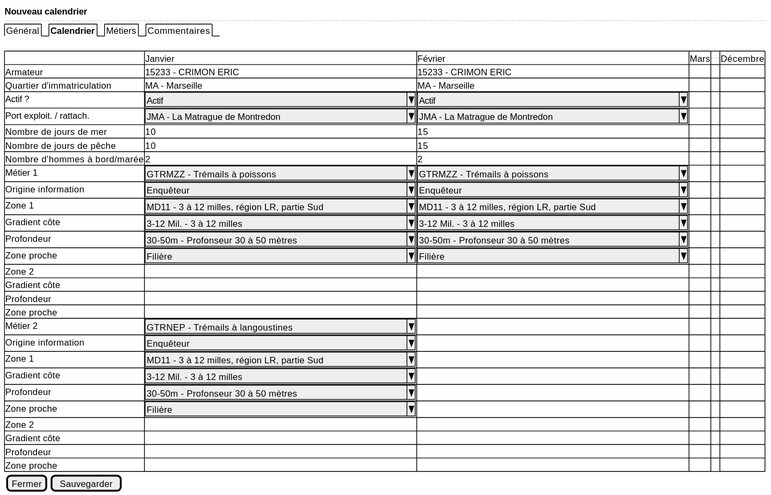
Above: projects/activity-calendar/spe/images/activity-calendar-new.svg in sumaris-net/sumaris-doc (PlantUML), before the change.
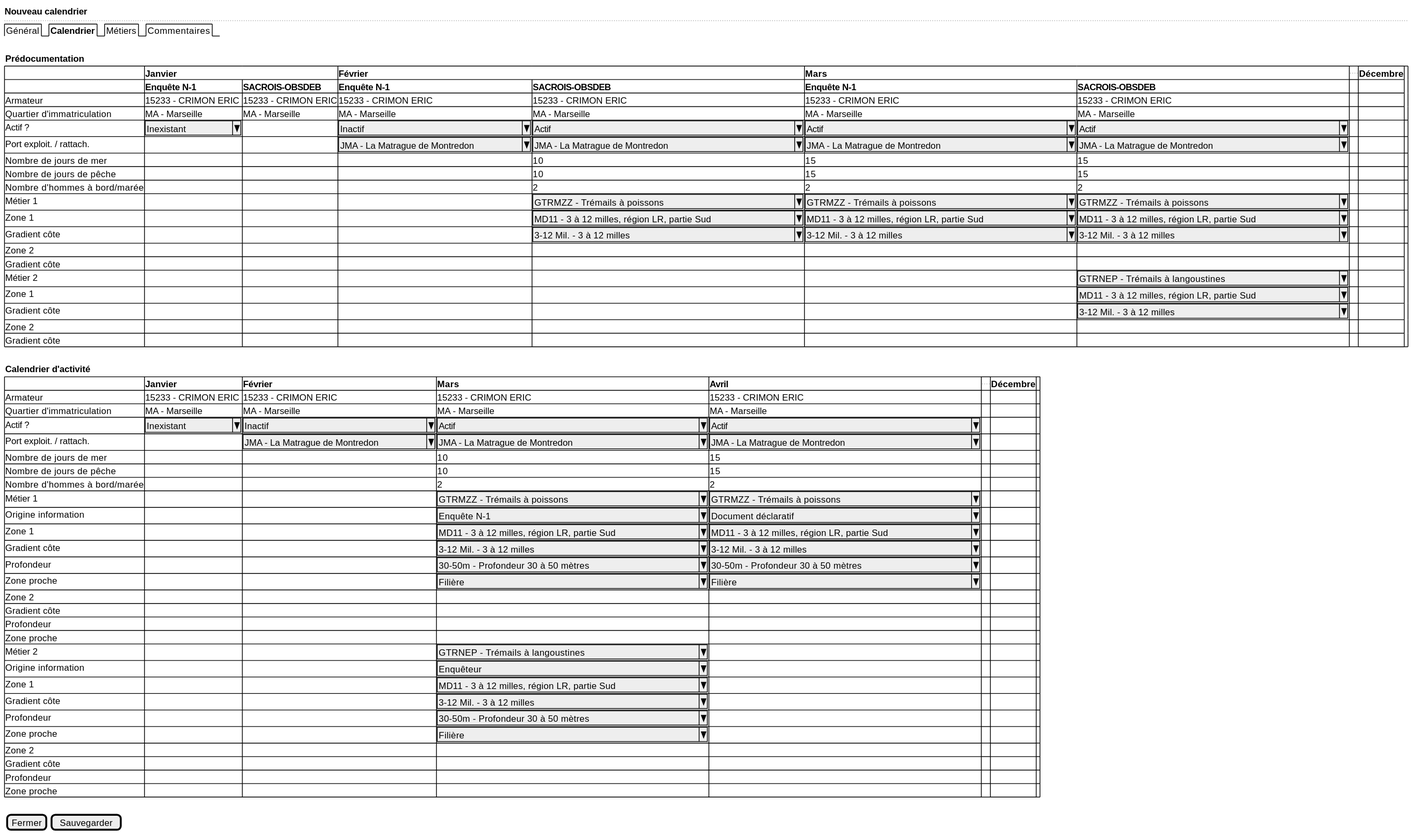
The same file after the commit.

Diff of the diagram source:
```diff
@@ -4,37 +4,63 @@
   ..
   {/ Général | <b>Calendrier | Métiers | Commentaires }
   .
+
+  {<b>Prédocumentation}
+  	{#
+     . | <b>Janvier | * | <b>Février | * | <b>Mars | * | ... | <b>Décembre
+     . | <b>Enquête N-1 | <b>SACROIS-OBSDEB | <b>Enquête N-1 | <b>SACROIS-OBSDEB | <b>Enquête N-1 | <b>SACROIS-OBSDEB | . | .
+     Armateur | 15233 - CRIMON ERIC | 15233 - CRIMON ERIC | 15233 - CRIMON ERIC | 15233 - CRIMON ERIC | 15233 - CRIMON ERIC | 15233 - CRIMON ERIC | . | .
+     Quartier d'immatriculation | MA - Marseille | MA - Marseille | MA - Marseille | MA - Marseille | MA - Marseille | MA - Marseille | . | .
+     Actif ? | ^Inexistant    ^ | . | ^Inactif                       ^ | ^Actif                                      ^ | ^Actif                                      ^ | ^Actif                                      ^ | . | . | .
+     Port exploit. / rattach. | . | . | ^JMA - La Matrague de Montredon^| ^JMA - La Matrague de Montredon             ^ | ^JMA - La Matrague de Montredon             ^| ^JMA - La Matrague de Montredon             ^ | . | .
+     Nombre de jours de mer | . | . | . | 10 | 15 | 15 | . | . | .
+     Nombre de jours de pêche | . | . | . | 10 | 15 | 15 |. | . | .
+     Nombre d'hommes à bord/marée | . | . | . | 2 | 2 | 2 | . | . | .
+     Métier 1 | . | . | .| ^GTRMZZ - Trémails à poissons               ^ | ^GTRMZZ - Trémails à poissons               ^ | ^GTRMZZ - Trémails à poissons               ^ | . | . | .
+     Zone 1 | . | . | .| ^MD11 - 3 à 12 milles, région LR, partie Sud^| ^MD11 - 3 à 12 milles, région LR, partie Sud^ | ^MD11 - 3 à 12 milles, région LR, partie Sud^ | . | . | .
+     Gradient côte | . | . | .| ^3-12 Mil. - 3 à 12 milles                  ^ | ^3-12 Mil. - 3 à 12 milles                  ^ | ^3-12 Mil. - 3 à 12 milles                  ^ | . | . | .
+     Zone 2 | . | . | . | . | . | . | . | .
+     Gradient côte | . | . | . | . | . | . | . | .
+     Métier 2 | . | . | . | . | . | ^GTRNEP - Trémails à langoustines           ^  | . | .
+     Zone 1 | . | . | . | . | . | ^MD11 - 3 à 12 milles, région LR, partie Sud^ | . | .
+     Gradient côte | . | . | . | . | . | ^3-12 Mil. - 3 à 12 milles                  ^ | . | .
+     Zone 2 | . | . | . | . | . | . | . | .
+     Gradient côte | . | . | . | . | . | . | . | .
+     }
+     .
+
+  {<b>Calendrier d'activité}
 	{#
-
-     . | Janvier | Février | Mars | ... | Décembre
-     Armateur | 15233 - CRIMON ERIC | 15233 - CRIMON ERIC | . | . | .
-     Quartier d'immatriculation | MA - Marseille | MA - Marseille | . | . | .
-     Actif ? | ^Actif                                      ^ | ^Actif                                      ^| . | . | .
-     Port exploit. / rattach. | ^JMA - La Matrague de Montredon             ^ | ^JMA - La Matrague de Montredon             ^| . | . | .
-     Nombre de jours de mer | 10 | 15 | . | . | .
-     Nombre de jours de pêche | 10 | 15 | . | . | .
-     Nombre d'hommes à bord/marée | 2 | 2 | . | . | .
-     Métier 1 | ^GTRMZZ - Trémails à poissons               ^ | ^GTRMZZ - Trémails à poissons               ^ | . | . | .
-     Origine information | ^Enquêteur                                  ^ | ^Enquêteur                                  ^ | . | . | .
-     Zone 1 |^MD11 - 3 à 12 milles, région LR, partie Sud^| ^MD11 - 3 à 12 milles, région LR, partie Sud^ | . | . | .
-     Gradient côte |^3-12 Mil. - 3 à 12 milles                  ^| ^3-12 Mil. - 3 à 12 milles                  ^ | . | . | .
-     Profondeur | ^30-50m - Profonseur 30 à 50 mètres         ^ | ^30-50m - Profonseur 30 à 50 mètres         ^ | . | . | .
-     Zone proche | ^Filière                                    ^ | ^Filière                                    ^ | . | . | .
-     Zone 2 | . | . | . | .
-     Gradient côte | . | . | . | . | .
-     Profondeur | . | . | . | . | .
-     Zone proche | . | . | . | . | .
-     Métier 2 | ^GTRNEP - Trémails à langoustines           ^ | . | . | . | .
-     Origine information | ^Enquêteur                                  ^ | . | . | . | .
-     Zone 1 |^MD11 - 3 à 12 milles, région LR, partie Sud^|.| . | . | .
-     Gradient côte |^3-12 Mil. - 3 à 12 milles                  ^|.| . | . | .
-     Profondeur |^30-50m - Profonseur 30 à 50 mètres         ^|.| . | . | .
-     Zone proche |^Filière                                    ^|.| . | . | .
-     Zone 2 | . | . | . | . | .
-     Gradient côte | . | . | . | . | .
-     Profondeur | . | . | . | . | .
-     Zone proche | . | . | . | . | .
+     . | <b>Janvier | <b>Février | <b>Mars | <b>Avril| ... | <b>Décembre
+     Armateur | 15233 - CRIMON ERIC | 15233 - CRIMON ERIC | 15233 - CRIMON ERIC | 15233 - CRIMON ERIC | . | . | .
+     Quartier d'immatriculation | MA - Marseille | MA - Marseille | MA - Marseille | MA - Marseille | . | . | .
+     Actif ? | ^Inexistant    ^| ^Inactif                       ^| ^Actif                                      ^ | ^Actif                                      ^| . | . | .
+     Port exploit. / rattach. | . | ^JMA - La Matrague de Montredon^ | ^JMA - La Matrague de Montredon             ^ | ^JMA - La Matrague de Montredon             ^| . | . | .
+     Nombre de jours de mer | . | . | 10 | 15 | . | . | .
+     Nombre de jours de pêche | . | . | 10 | 15 | . | . | .
+     Nombre d'hommes à bord/marée | . | . | 2 | 2 | . | . | .
+     Métier 1 | . | . | ^GTRMZZ - Trémails à poissons               ^ | ^GTRMZZ - Trémails à poissons               ^ | . | . | .
+     Origine information | . | . | ^Enquête N-1                                ^ | ^Document déclaratif                        ^ | . | . | .
+     Zone 1 | . | . | ^MD11 - 3 à 12 milles, région LR, partie Sud^| ^MD11 - 3 à 12 milles, région LR, partie Sud^ | . | . | .
+     Gradient côte | . | . | ^3-12 Mil. - 3 à 12 milles                  ^| ^3-12 Mil. - 3 à 12 milles                  ^ | . | . | .
+     Profondeur | . | . | ^30-50m - Profondeur 30 à 50 mètres         ^ | ^30-50m - Profondeur 30 à 50 mètres         ^ | . | . | .
+     Zone proche | . | . | ^Filière                                    ^ | ^Filière                                    ^ | . | . | .
+     Zone 2 | . | . | . | . | . | .
+     Gradient côte | . | . | . | . | . | . | .
+     Profondeur | . | . | . | . | . | . | .
+     Zone proche | . | . | . | . | . | . | .
+     Métier 2 | . | . | ^GTRNEP - Trémails à langoustines           ^ | . | . | . | .
+     Origine information | . | . | ^Enquêteur                                  ^ | . | . | . | .
+     Zone 1 | . | . | ^MD11 - 3 à 12 milles, région LR, partie Sud^|.| . | . | .
+     Gradient côte | . | . | ^3-12 Mil. - 3 à 12 milles                  ^|.| . | . | .
+     Profondeur | . | . | ^30-50m - Profondeur 30 à 50 mètres         ^|.| . | . | .
+     Zone proche | . | . | ^Filière                                    ^|.| . | . | .
+     Zone 2 | . | . | . | . | . | . | .
+     Gradient côte | . | . | . | . | . | . | .
+     Profondeur | . | . | . | . | . | . | .
+     Zone proche | . | . | . | . | . | . | .
     }
+    .
 
   { [Fermer] | [Sauvegarder] }
 }
```
